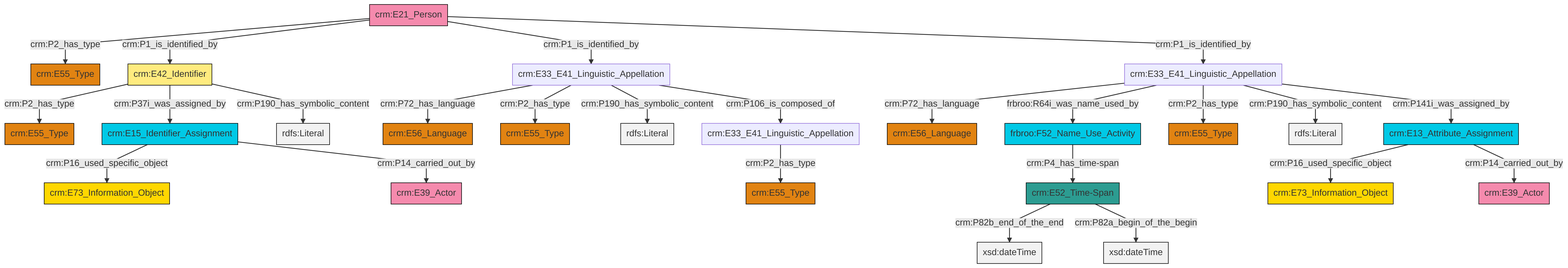
This is et/personCSV/ttl/mmd/png/Person_Names_and_Classification.png from swiss-art-research-net/reference-data-models, a Mermaid export, as it was before one commit. Its source is kept beside it as et/personCSV/ttl/mmd/Person_Names_and_Classification.ttl.mmd.
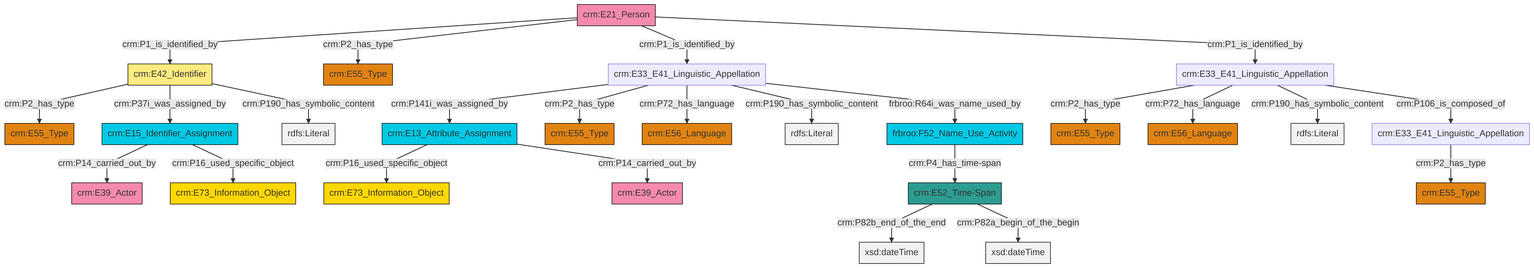
After the commit.

What changed in the source:
```diff
@@ -13,27 +13,27 @@
 classDef PC_Classes fill:#4ce600, stroke:#000000;
 classDef Multi fill:#cccccc,stroke:#000000;
 
-0["crm:E52_Time-Span"]:::Time-Span -->|crm:P82b_end_of_the_end| 1[xsd:dateTime]:::Literal
-8["crm:E33_E41_Linguistic_Appellation"]:::Default -->|crm:P2_has_type| 2["crm:E55_Type"]:::Type
-9["crm:E42_Identifier"]:::Appellation -->|crm:P2_has_type| 10["crm:E55_Type"]:::Type
-11["crm:E15_Identifier_Assignment"]:::Temporal_Entity -->|crm:P16_used_specific_object| 12["crm:E73_Information_Object"]:::Conceptual_Object
-13["crm:E33_E41_Linguistic_Appellation"]:::Default -->|crm:P72_has_language| 14["crm:E56_Language"]:::Type
-17["crm:E21_Person"]:::Actor -->|crm:P2_has_type| 18["crm:E55_Type"]:::Type
-17["crm:E21_Person"]:::Actor -->|crm:P1_is_identified_by| 9["crm:E42_Identifier"]:::Appellation
-15["crm:E33_E41_Linguistic_Appellation"]:::Default -->|crm:P72_has_language| 20["crm:E56_Language"]:::Type
-0["crm:E52_Time-Span"]:::Time-Span -->|crm:P82a_begin_of_the_begin| 21[xsd:dateTime]:::Literal
-11["crm:E15_Identifier_Assignment"]:::Temporal_Entity -->|crm:P14_carried_out_by| 23["crm:E39_Actor"]:::Actor
-17["crm:E21_Person"]:::Actor -->|crm:P1_is_identified_by| 15["crm:E33_E41_Linguistic_Appellation"]:::Default
-13["crm:E33_E41_Linguistic_Appellation"]:::Default -->|frbroo:R64i_was_name_used_by| 24["frbroo:F52_Name_Use_Activity"]:::Temporal_Entity
-15["crm:E33_E41_Linguistic_Appellation"]:::Default -->|crm:P2_has_type| 4["crm:E55_Type"]:::Type
-13["crm:E33_E41_Linguistic_Appellation"]:::Default -->|crm:P2_has_type| 6["crm:E55_Type"]:::Type
-24["frbroo:F52_Name_Use_Activity"]:::Temporal_Entity -->|crm:P4_has_time-span| 0["crm:E52_Time-Span"]:::Time-Span
-15["crm:E33_E41_Linguistic_Appellation"]:::Default -->|crm:P190_has_symbolic_content| 30[rdfs:Literal]:::Literal
-15["crm:E33_E41_Linguistic_Appellation"]:::Default -->|crm:P106_is_composed_of| 8["crm:E33_E41_Linguistic_Appellation"]:::Default
-13["crm:E33_E41_Linguistic_Appellation"]:::Default -->|crm:P190_has_symbolic_content| 31[rdfs:Literal]:::Literal
-13["crm:E33_E41_Linguistic_Appellation"]:::Default -->|crm:P141i_was_assigned_by| 34["crm:E13_Attribute_Assignment"]:::Temporal_Entity
-17["crm:E21_Person"]:::Actor -->|crm:P1_is_identified_by| 13["crm:E33_E41_Linguistic_Appellation"]:::Default
-9["crm:E42_Identifier"]:::Appellation -->|crm:P37i_was_assigned_by| 11["crm:E15_Identifier_Assignment"]:::Temporal_Entity
-34["crm:E13_Attribute_Assignment"]:::Temporal_Entity -->|crm:P16_used_specific_object| 41["crm:E73_Information_Object"]:::Conceptual_Object
-9["crm:E42_Identifier"]:::Appellation -->|crm:P190_has_symbolic_content| 46[rdfs:Literal]:::Literal
-34["crm:E13_Attribute_Assignment"]:::Temporal_Entity -->|crm:P14_carried_out_by| 39["crm:E39_Actor"]:::Actor
+0["crm:E15_Identifier_Assignment"]:::Temporal_Entity -->|crm:P14_carried_out_by| 1["crm:E39_Actor"]:::Actor
+2["crm:E21_Person"]:::Actor -->|crm:P1_is_identified_by| 3["crm:E42_Identifier"]:::Appellation
+8["crm:E13_Attribute_Assignment"]:::Temporal_Entity -->|crm:P16_used_specific_object| 9["crm:E73_Information_Object"]:::Conceptual_Object
+6["crm:E33_E41_Linguistic_Appellation"]:::Default -->|crm:P2_has_type| 10["crm:E55_Type"]:::Type
+11["crm:E52_Time-Span"]:::Time-Span -->|crm:P82b_end_of_the_end| 12[xsd:dateTime]:::Literal
+2["crm:E21_Person"]:::Actor -->|crm:P2_has_type| 13["crm:E55_Type"]:::Type
+2["crm:E21_Person"]:::Actor -->|crm:P1_is_identified_by| 14["crm:E33_E41_Linguistic_Appellation"]:::Default
+16["crm:E33_E41_Linguistic_Appellation"]:::Default -->|crm:P2_has_type| 4["crm:E55_Type"]:::Type
+16["crm:E33_E41_Linguistic_Appellation"]:::Default -->|crm:P72_has_language| 18["crm:E56_Language"]:::Type
+16["crm:E33_E41_Linguistic_Appellation"]:::Default -->|crm:P190_has_symbolic_content| 22[rdfs:Literal]:::Literal
+2["crm:E21_Person"]:::Actor -->|crm:P1_is_identified_by| 16["crm:E33_E41_Linguistic_Appellation"]:::Default
+14["crm:E33_E41_Linguistic_Appellation"]:::Default -->|crm:P141i_was_assigned_by| 8["crm:E13_Attribute_Assignment"]:::Temporal_Entity
+8["crm:E13_Attribute_Assignment"]:::Temporal_Entity -->|crm:P14_carried_out_by| 24["crm:E39_Actor"]:::Actor
+0["crm:E15_Identifier_Assignment"]:::Temporal_Entity -->|crm:P16_used_specific_object| 28["crm:E73_Information_Object"]:::Conceptual_Object
+14["crm:E33_E41_Linguistic_Appellation"]:::Default -->|crm:P2_has_type| 29["crm:E55_Type"]:::Type
+16["crm:E33_E41_Linguistic_Appellation"]:::Default -->|crm:P106_is_composed_of| 6["crm:E33_E41_Linguistic_Appellation"]:::Default
+3["crm:E42_Identifier"]:::Appellation -->|crm:P2_has_type| 20["crm:E55_Type"]:::Type
+3["crm:E42_Identifier"]:::Appellation -->|crm:P37i_was_assigned_by| 0["crm:E15_Identifier_Assignment"]:::Temporal_Entity
+14["crm:E33_E41_Linguistic_Appellation"]:::Default -->|crm:P72_has_language| 25["crm:E56_Language"]:::Type
+14["crm:E33_E41_Linguistic_Appellation"]:::Default -->|crm:P190_has_symbolic_content| 38[rdfs:Literal]:::Literal
+33["frbroo:F52_Name_Use_Activity"]:::Temporal_Entity -->|crm:P4_has_time-span| 11["crm:E52_Time-Span"]:::Time-Span
+14["crm:E33_E41_Linguistic_Appellation"]:::Default -->|frbroo:R64i_was_name_used_by| 33["frbroo:F52_Name_Use_Activity"]:::Temporal_Entity
+3["crm:E42_Identifier"]:::Appellation -->|crm:P190_has_symbolic_content| 43[rdfs:Literal]:::Literal
+11["crm:E52_Time-Span"]:::Time-Span -->|crm:P82a_begin_of_the_begin| 46[xsd:dateTime]:::Literal
```
